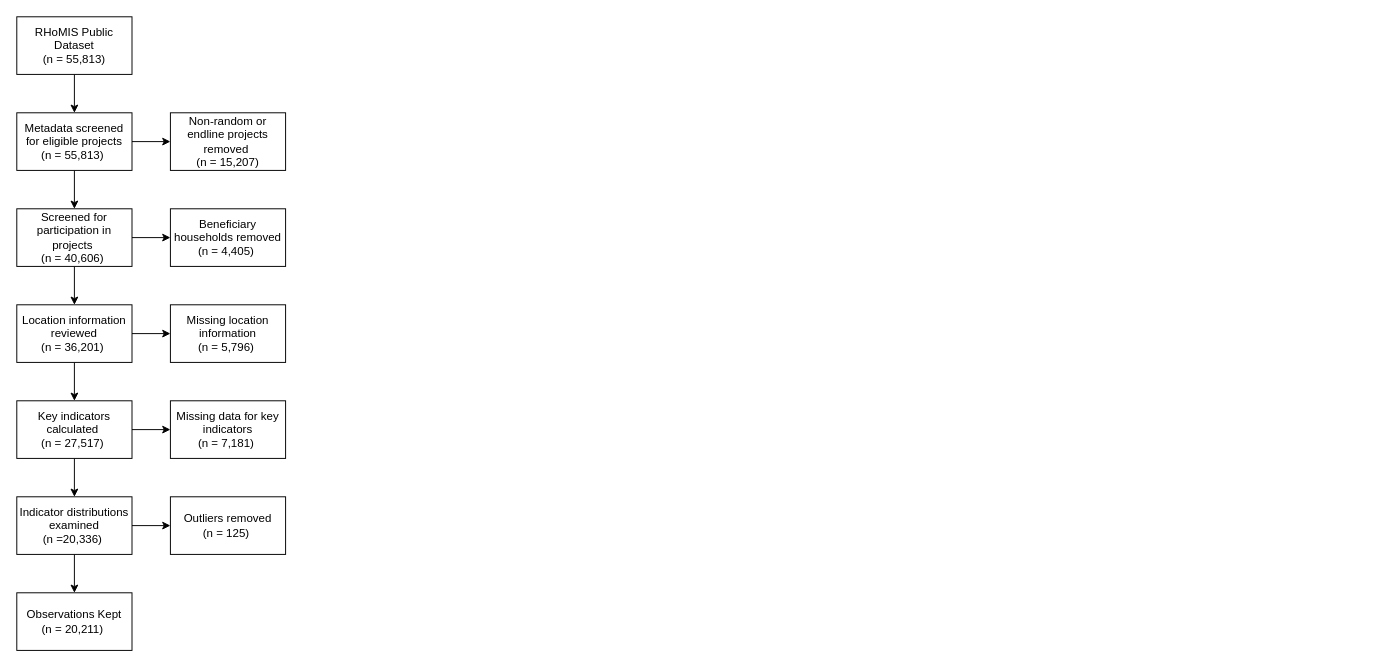
l-gorman/chapter-6-analysis keeps this draw.io diagram as diagrams/data-selection-process.drawio. Above is the earlier version. Source tidied: cells renumbered, new cells numbered last; positions are measured from the earlier drawing's top-left corner, leaving out a move shared by most shapes. Both pictures are drawn from the tidied source at 96%, with x=0, y=0 at pixel (16, 16).
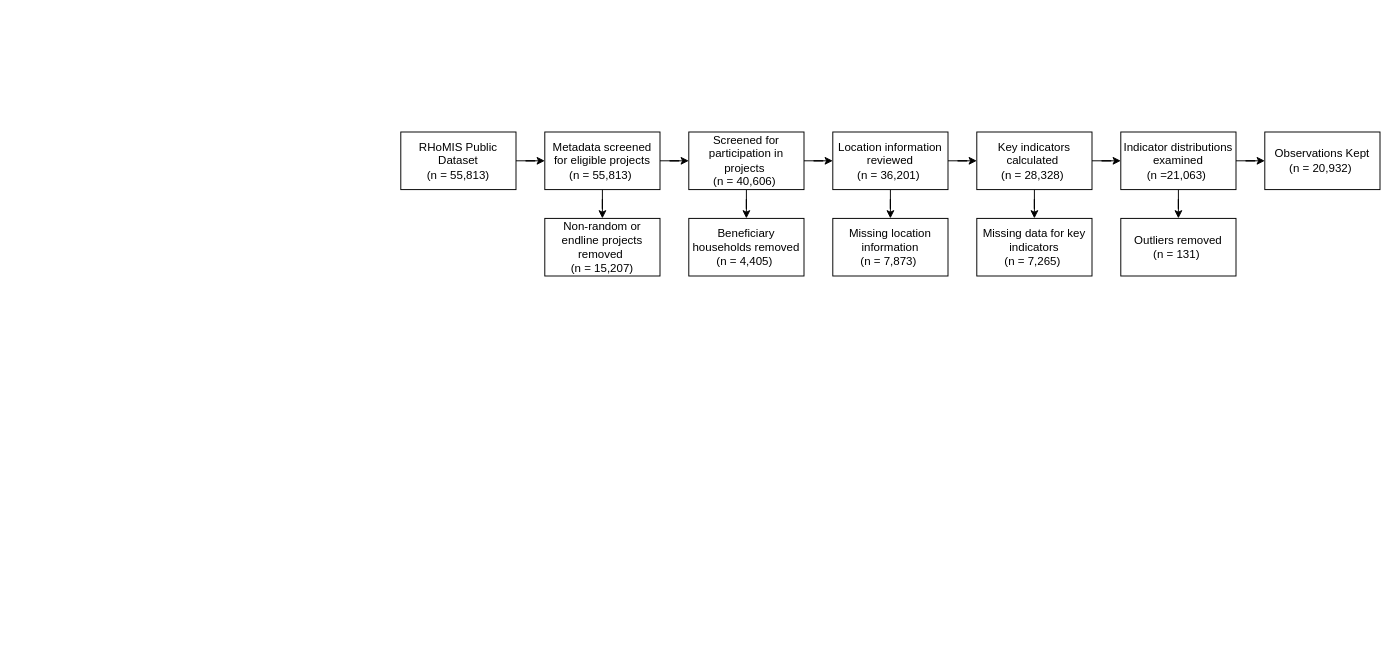
Above is the later version.

Commit message (it also covers changes not shown here):
reducing time to run location only models

The edit, as a diff of the source:
```diff
@@
-    <mxCell id="2" style="edgeStyle=orthogonalEdgeStyle;rounded=0;jettySize=auto;html=1;exitX=0.5;exitY=1;exitDx=0;exitDy=0;entryX=0.5;entryY=0;entryDx=0;entryDy=0;" parent="1" edge="1" source="3" target="6">
+    <mxCell id="2" style="edgeStyle=orthogonalEdgeStyle;rounded=0;jettySize=auto;html=1;" parent="1" edge="1" source="3" target="6">
       <mxGeometry relative="1" as="geometry" />
     </mxCell>
     <mxCell id="3" value="RHoMIS Public Dataset&lt;br&gt;(n = 55,813)" style="rounded=0;whiteSpace=wrap;html=1;" parent="1" vertex="1">
-      <mxGeometry width="120" height="60" as="geometry" />
+      <mxGeometry x="400" y="120" width="120" height="60" as="geometry" />
     </mxCell>
+    <mxCell id="5" style="edgeStyle=orthogonalEdgeStyle;rounded=0;jettySize=auto;html=1;" parent="1" edge="1" source="6" target="10">
+      <mxGeometry relative="1" as="geometry" />
+    </mxCell>
-    <mxCell id="4" style="edgeStyle=orthogonalEdgeStyle;rounded=0;jettySize=auto;html=1;exitX=1;exitY=0.5;exitDx=0;exitDy=0;entryX=0;entryY=0.5;entryDx=0;entryDy=0;" parent="1" edge="1" source="6" target="7">
+    <mxCell id="4" style="edgeStyle=orthogonalEdgeStyle;rounded=0;jettySize=auto;html=1;" parent="1" edge="1" source="6" target="7">
       <mxGeometry relative="1" as="geometry" />
     </mxCell>
-    <mxCell id="5" style="edgeStyle=orthogonalEdgeStyle;rounded=0;jettySize=auto;html=1;exitX=0.5;exitY=1;exitDx=0;exitDy=0;entryX=0.5;entryY=0;entryDx=0;entryDy=0;" parent="1" edge="1" source="6" target="10">
-      <mxGeometry relative="1" as="geometry" />
-    </mxCell>
     <mxCell id="6" value="Metadata screened for eligible projects&lt;br&gt;(n = 55,813)&amp;nbsp;" style="rounded=0;whiteSpace=wrap;html=1;" parent="1" vertex="1">
-      <mxGeometry y="100" width="120" height="60" as="geometry" />
+      <mxGeometry x="550" y="120" width="120" height="60" as="geometry" />
     </mxCell>
     <mxCell id="7" value="Non-random or endline projects removed&amp;nbsp;&lt;br&gt;(n = 15,207)" style="rounded=0;whiteSpace=wrap;html=1;" parent="1" vertex="1">
-      <mxGeometry x="160" y="100" width="120" height="60" as="geometry" />
+      <mxGeometry x="550" y="210" width="120" height="60" as="geometry" />
     </mxCell>
-    <mxCell id="8" style="edgeStyle=orthogonalEdgeStyle;rounded=0;jettySize=auto;html=1;exitX=0.5;exitY=1;exitDx=0;exitDy=0;entryX=0.5;entryY=0;entryDx=0;entryDy=0;" parent="1" edge="1" source="10" target="13">
+    <mxCell id="8" style="edgeStyle=orthogonalEdgeStyle;rounded=0;jettySize=auto;html=1;" parent="1" edge="1" source="10" target="13">
       <mxGeometry relative="1" as="geometry" />
     </mxCell>
-    <mxCell id="9" style="edgeStyle=orthogonalEdgeStyle;rounded=0;jettySize=auto;html=1;exitX=1;exitY=0.5;exitDx=0;exitDy=0;entryX=0;entryY=0.5;entryDx=0;entryDy=0;" parent="1" edge="1" source="10" target="20">
+    <mxCell id="9" style="edgeStyle=orthogonalEdgeStyle;rounded=0;jettySize=auto;html=1;" parent="1" edge="1" source="10" target="20">
       <mxGeometry relative="1" as="geometry" />
     </mxCell>
     <mxCell id="10" value="Screened for participation in projects&amp;nbsp;&lt;br&gt;(n = 40,606)&amp;nbsp;" style="rounded=0;whiteSpace=wrap;html=1;" parent="1" vertex="1">
-      <mxGeometry y="200" width="120" height="60" as="geometry" />
+      <mxGeometry x="700" y="120" width="120" height="60" as="geometry" />
     </mxCell>
-    <mxCell id="11" style="edgeStyle=orthogonalEdgeStyle;rounded=0;jettySize=auto;html=1;exitX=0.5;exitY=1;exitDx=0;exitDy=0;entryX=0.5;entryY=0;entryDx=0;entryDy=0;" parent="1" edge="1" source="13" target="16">
+    <mxCell id="11" style="edgeStyle=orthogonalEdgeStyle;rounded=0;jettySize=auto;html=1;" parent="1" edge="1" source="13" target="16">
       <mxGeometry relative="1" as="geometry" />
     </mxCell>
-    <mxCell id="12" style="edgeStyle=orthogonalEdgeStyle;rounded=0;jettySize=auto;html=1;exitX=1;exitY=0.5;exitDx=0;exitDy=0;entryX=0;entryY=0.5;entryDx=0;entryDy=0;" parent="1" edge="1" source="13" target="21">
+    <mxCell id="12" style="edgeStyle=orthogonalEdgeStyle;rounded=0;jettySize=auto;html=1;" parent="1" edge="1" source="13" target="21">
       <mxGeometry relative="1" as="geometry" />
     </mxCell>
     <mxCell id="13" value="Location information reviewed&lt;br&gt;(n = 36,201)&amp;nbsp;" style="rounded=0;whiteSpace=wrap;html=1;" parent="1" vertex="1">
-      <mxGeometry y="300" width="120" height="60" as="geometry" />
+      <mxGeometry x="850" y="120" width="120" height="60" as="geometry" />
     </mxCell>
-    <mxCell id="14" style="edgeStyle=orthogonalEdgeStyle;rounded=0;jettySize=auto;html=1;exitX=0.5;exitY=1;exitDx=0;exitDy=0;entryX=0.5;entryY=0;entryDx=0;entryDy=0;" parent="1" edge="1" source="16" target="19">
+    <mxCell id="14" style="edgeStyle=orthogonalEdgeStyle;rounded=0;jettySize=auto;html=1;" parent="1" edge="1" source="16" target="19">
       <mxGeometry relative="1" as="geometry" />
     </mxCell>
-    <mxCell id="15" style="edgeStyle=orthogonalEdgeStyle;rounded=0;jettySize=auto;html=1;exitX=1;exitY=0.5;exitDx=0;exitDy=0;entryX=0;entryY=0.5;entryDx=0;entryDy=0;" parent="1" edge="1" source="16" target="22">
+    <mxCell id="15" style="edgeStyle=orthogonalEdgeStyle;rounded=0;jettySize=auto;html=1;" parent="1" edge="1" source="16" target="22">
       <mxGeometry relative="1" as="geometry" />
     </mxCell>
-    <mxCell id="16" value="Key indicators calculated&amp;nbsp;&lt;br&gt;(n = 27,517)&amp;nbsp;" style="rounded=0;whiteSpace=wrap;html=1;" parent="1" vertex="1">
-      <mxGeometry y="400" width="120" height="60" as="geometry" />
+    <mxCell id="16" value="Key indicators calculated&amp;nbsp;&lt;br&gt;(n = 28,328)&amp;nbsp;" style="rounded=0;whiteSpace=wrap;html=1;" parent="1" vertex="1">
+      <mxGeometry x="1000" y="120" width="120" height="60" as="geometry" />
     </mxCell>
+    <mxCell id="18" style="edgeStyle=orthogonalEdgeStyle;rounded=0;jettySize=auto;html=1;" parent="1" edge="1" source="19" target="24">
+      <mxGeometry relative="1" as="geometry" />
+    </mxCell>
-    <mxCell id="17" style="edgeStyle=orthogonalEdgeStyle;rounded=0;jettySize=auto;html=1;exitX=1;exitY=0.5;exitDx=0;exitDy=0;entryX=0;entryY=0.5;entryDx=0;entryDy=0;" parent="1" edge="1" source="19" target="23">
+    <mxCell id="17" style="edgeStyle=orthogonalEdgeStyle;rounded=0;jettySize=auto;html=1;" parent="1" edge="1" source="19" target="23">
       <mxGeometry relative="1" as="geometry" />
     </mxCell>
-    <mxCell id="18" style="edgeStyle=orthogonalEdgeStyle;rounded=0;jettySize=auto;html=1;exitX=0.5;exitY=1;exitDx=0;exitDy=0;entryX=0.5;entryY=0;entryDx=0;entryDy=0;" parent="1" edge="1" source="19" target="24">
-      <mxGeometry relative="1" as="geometry" />
-    </mxCell>
-    <mxCell id="19" value="Indicator distributions examined&lt;br&gt;(n =20,336)&amp;nbsp;" style="rounded=0;whiteSpace=wrap;html=1;" parent="1" vertex="1">
-      <mxGeometry y="500" width="120" height="60" as="geometry" />
+    <mxCell id="19" value="Indicator distributions examined&lt;br&gt;(n =21,063)&amp;nbsp;" style="rounded=0;whiteSpace=wrap;html=1;" parent="1" vertex="1">
+      <mxGeometry x="1150" y="120" width="120" height="60" as="geometry" />
     </mxCell>
     <mxCell id="20" value="Beneficiary households removed&lt;br&gt;(n = 4,405)&amp;nbsp;" style="rounded=0;whiteSpace=wrap;html=1;" parent="1" vertex="1">
-      <mxGeometry x="160" y="200" width="120" height="60" as="geometry" />
+      <mxGeometry x="700" y="210" width="120" height="60" as="geometry" />
     </mxCell>
-    <mxCell id="21" value="Missing location information&lt;br&gt;(n = 5,796)&amp;nbsp;" style="rounded=0;whiteSpace=wrap;html=1;" parent="1" vertex="1">
-      <mxGeometry x="160" y="300" width="120" height="60" as="geometry" />
+    <mxCell id="21" value="Missing location information&lt;br&gt;(n = 7,873)&amp;nbsp;" style="rounded=0;whiteSpace=wrap;html=1;" parent="1" vertex="1">
+      <mxGeometry x="850" y="210" width="120" height="60" as="geometry" />
     </mxCell>
-    <mxCell id="22" value="Missing data for key indicators&lt;br&gt;(n = 7,181)&amp;nbsp;" style="rounded=0;whiteSpace=wrap;html=1;" parent="1" vertex="1">
-      <mxGeometry x="160" y="400" width="120" height="60" as="geometry" />
+    <mxCell id="22" value="Missing data for key indicators&lt;br&gt;(n = 7,265)&amp;nbsp;" style="rounded=0;whiteSpace=wrap;html=1;" parent="1" vertex="1">
+      <mxGeometry x="1000" y="210" width="120" height="60" as="geometry" />
     </mxCell>
-    <mxCell id="23" value="Outliers removed&lt;br&gt;(n = 125)&amp;nbsp;" style="rounded=0;whiteSpace=wrap;html=1;" parent="1" vertex="1">
-      <mxGeometry x="160" y="500" width="120" height="60" as="geometry" />
+    <mxCell id="23" value="Outliers removed&lt;br&gt;(n = 131)&amp;nbsp;" style="rounded=0;whiteSpace=wrap;html=1;" parent="1" vertex="1">
+      <mxGeometry x="1150" y="210" width="120" height="60" as="geometry" />
     </mxCell>
-    <mxCell id="24" value="Observations Kept&lt;br&gt;(n = 20,211)&amp;nbsp;" style="rounded=0;whiteSpace=wrap;html=1;" parent="1" vertex="1">
-      <mxGeometry y="600" width="120" height="60" as="geometry" />
+    <mxCell id="24" value="Observations Kept&lt;br&gt;(n = 20,932)&amp;nbsp;" style="rounded=0;whiteSpace=wrap;html=1;" parent="1" vertex="1">
+      <mxGeometry x="1300" y="120" width="120" height="60" as="geometry" />
     </mxCell>
```
